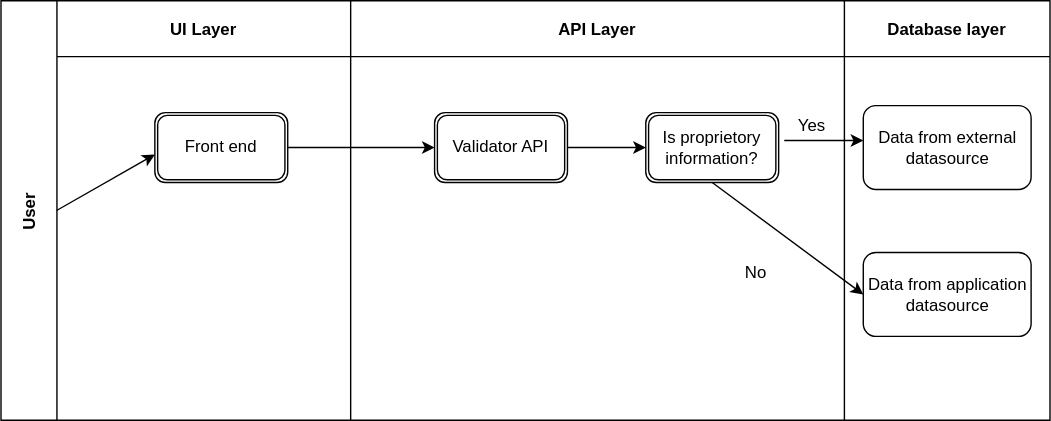
amritabindukalpa/EMIS-Design keeps this draw.io diagram as functionalFlowDiagram.drawio.svg. Above is the earlier version. Source tidied: cells renumbered, new cells last; positions are measured from the earlier drawing's top-left corner, leaving out a move shared by most shapes.
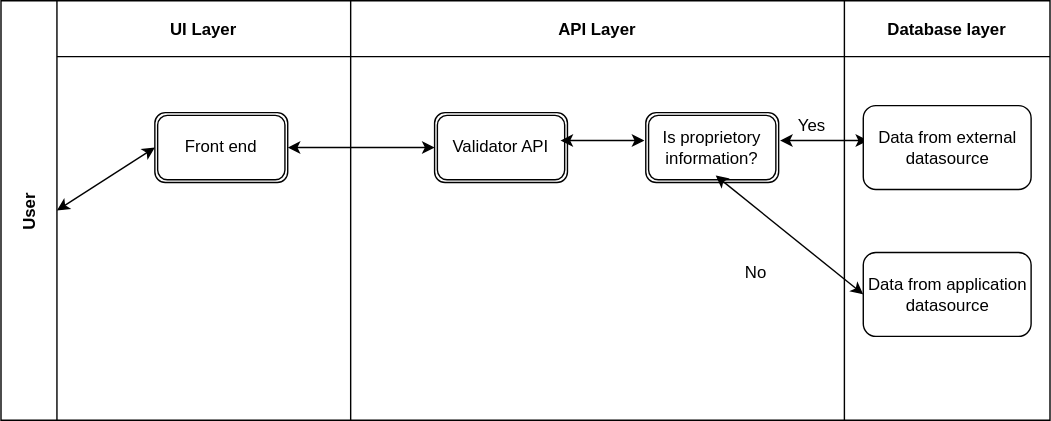
Above is the later version.

Commit message:
changed arrows to be bidirectional

Diff of the diagram source:
```diff
@@ -14,11 +14,11 @@
     <mxCell id="5" value="Front end" style="shape=ext;double=1;rounded=1;whiteSpace=wrap;html=1;" parent="4" vertex="1">
       <mxGeometry x="70" y="80" width="95" height="50" as="geometry" />
     </mxCell>
-    <mxCell id="6" style="endArrow=classic;html=1;rounded=0;exitX=0.053;exitY=0.5;exitDx=0;exitDy=0;exitPerimeter=0;" parent="4" edge="1" source="3">
-      <mxGeometry relative="1" as="geometry">
-        <mxPoint x="70" y="110" as="targetPoint" />
-      </mxGeometry>
-    </mxCell>
+    <mxCell id="19" style="endArrow=classic;startArrow=classic;html=1;entryX=0;entryY=0.5;entryDx=0;entryDy=0;" parent="4" edge="1" target="5">
+      <mxGeometry relative="1" as="geometry">
+        <mxPoint y="150" as="sourcePoint" />
+      </mxGeometry>
+    </mxCell>
     <mxCell id="7" value="API Layer" style="swimlane;swimlaneHead=0;swimlaneBody=0;fillColor=none;startSize=40;fontStyle=1;" parent="3" vertex="1">
       <mxGeometry x="250" width="353" height="300" as="geometry" />
     </mxCell>
@@ -28,35 +28,39 @@
     <mxCell id="9" value="Is proprietory information?" style="shape=ext;double=1;rounded=1;whiteSpace=wrap;html=1;" parent="7" vertex="1">
       <mxGeometry x="211" y="80" width="95" height="50" as="geometry" />
     </mxCell>
-    <mxCell id="10" style="endArrow=classic;html=1;rounded=0;exitX=1;exitY=0.5;exitDx=0;exitDy=0;entryX=0;entryY=0.5;entryDx=0;entryDy=0;" parent="7" edge="1" source="8" target="9">
-      <mxGeometry relative="1" as="geometry" />
-    </mxCell>
     <mxCell id="11" value="Yes" style="text;html=1;align=center;verticalAlign=middle;whiteSpace=wrap;rounded=0;" parent="7" vertex="1">
       <mxGeometry x="307" y="80" width="46" height="20" as="geometry" />
     </mxCell>
     <mxCell id="12" value="No" style="text;strokeColor=none;align=center;fillColor=none;html=1;verticalAlign=middle;whiteSpace=wrap;rounded=0;" parent="7" vertex="1">
       <mxGeometry x="260" y="180" width="60" height="30" as="geometry" />
     </mxCell>
+    <mxCell id="20" style="endArrow=classic;startArrow=classic;html=1;exitX=1;exitY=0.5;exitDx=0;exitDy=0;" parent="7" edge="1">
+      <mxGeometry relative="1" as="geometry">
+        <mxPoint x="150" y="100" as="sourcePoint" />
+        <mxPoint x="210" y="100" as="targetPoint" />
+      </mxGeometry>
+    </mxCell>
+    <mxCell id="21" style="endArrow=classic;startArrow=classic;html=1;exitX=0;exitY=0.5;exitDx=0;exitDy=0;" parent="7" edge="1" source="16">
+      <mxGeometry relative="1" as="geometry">
+        <mxPoint x="261" y="125" as="targetPoint" />
+      </mxGeometry>
+    </mxCell>
+    <mxCell id="22" style="endArrow=classic;startArrow=classic;html=1;exitX=0;exitY=1;exitDx=0;exitDy=0;" parent="7" edge="1" source="11">
+      <mxGeometry relative="1" as="geometry">
+        <mxPoint x="370" y="100" as="targetPoint" />
+      </mxGeometry>
+    </mxCell>
     <mxCell id="13" value="Database layer" style="swimlane;swimlaneHead=0;swimlaneBody=0;fillColor=none;startSize=40;fontStyle=1;" parent="3" vertex="1">
       <mxGeometry x="603" width="147" height="300" as="geometry" />
     </mxCell>
     <mxCell id="14" value="Data from external datasource" style="rounded=1;whiteSpace=wrap;html=1;" parent="13" vertex="1">
       <mxGeometry x="13.5" y="75" width="120" height="60" as="geometry" />
     </mxCell>
-    <mxCell id="15" style="endArrow=classic;html=1;rounded=0;" parent="13" edge="1">
-      <mxGeometry relative="1" as="geometry">
-        <mxPoint x="-43" y="100" as="sourcePoint" />
-        <mxPoint x="13.5" y="100" as="targetPoint" />
-      </mxGeometry>
-    </mxCell>
     <mxCell id="16" value="Data from application datasource&amp;nbsp;" style="rounded=1;whiteSpace=wrap;html=1;" parent="13" vertex="1">
       <mxGeometry x="13.5" y="180" width="120" height="60" as="geometry" />
     </mxCell>
-    <mxCell id="17" style="endArrow=classic;html=1;rounded=0;exitX=1;exitY=0.5;exitDx=0;exitDy=0;entryX=0;entryY=0.5;entryDx=0;entryDy=0;" parent="3" edge="1" source="5" target="8">
+    <mxCell id="17" style="endArrow=classic;startArrow=classic;html=1;entryX=0;entryY=0.5;entryDx=0;entryDy=0;exitX=1;exitY=0.5;exitDx=0;exitDy=0;" parent="3" edge="1" source="5" target="8">
       <mxGeometry relative="1" as="geometry" />
     </mxCell>
-    <mxCell id="18" style="endArrow=classic;html=1;rounded=0;entryX=0;entryY=0.5;entryDx=0;entryDy=0;exitX=0.5;exitY=1;exitDx=0;exitDy=0;" parent="3" edge="1" source="9" target="16">
-      <mxGeometry relative="1" as="geometry" />
-    </mxCell>
   </root>
 </mxGraphModel>
```
